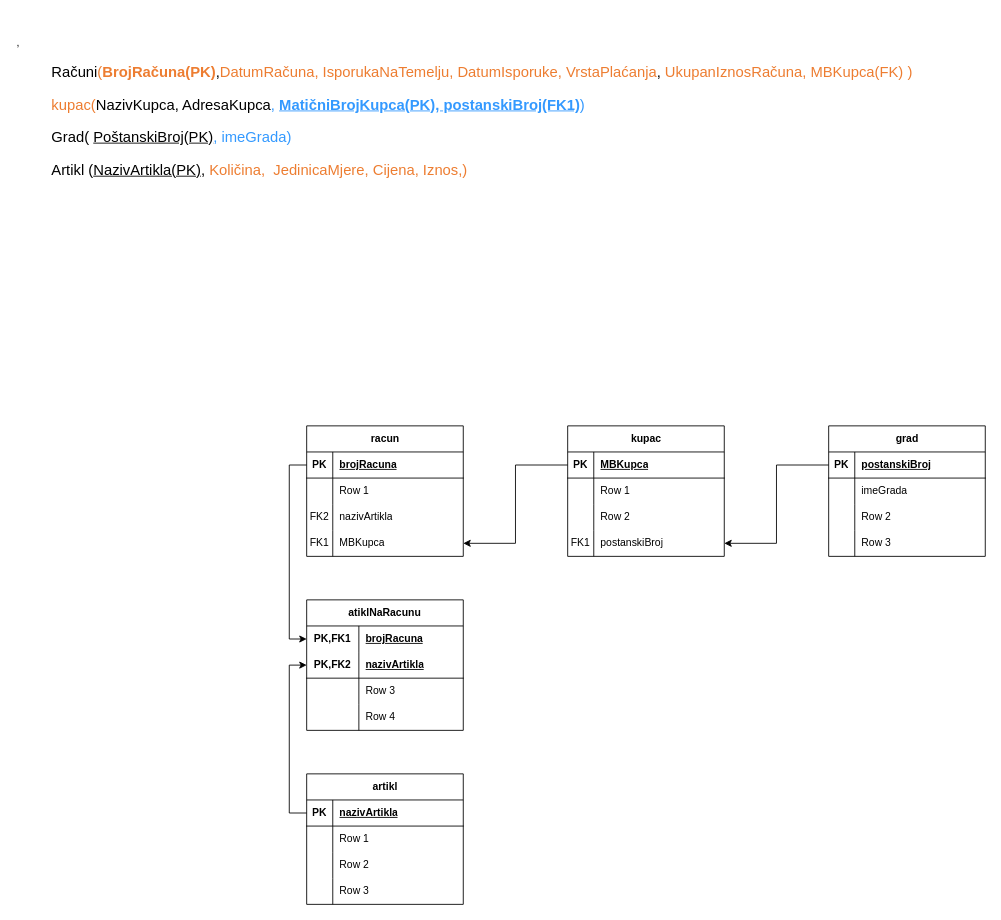
ivorp95/Telematika keeps this draw.io diagram as bp_v_20231025_Normaliyzacija.drawio. Above is the earlier version. Source tidied: cells renumbered, new cells numbered last; positions are measured from the earlier drawing's top-left corner, leaving out a move shared by most shapes. Both pictures are drawn from the tidied source at 87%, with x=0, y=0 at pixel (15, 32).
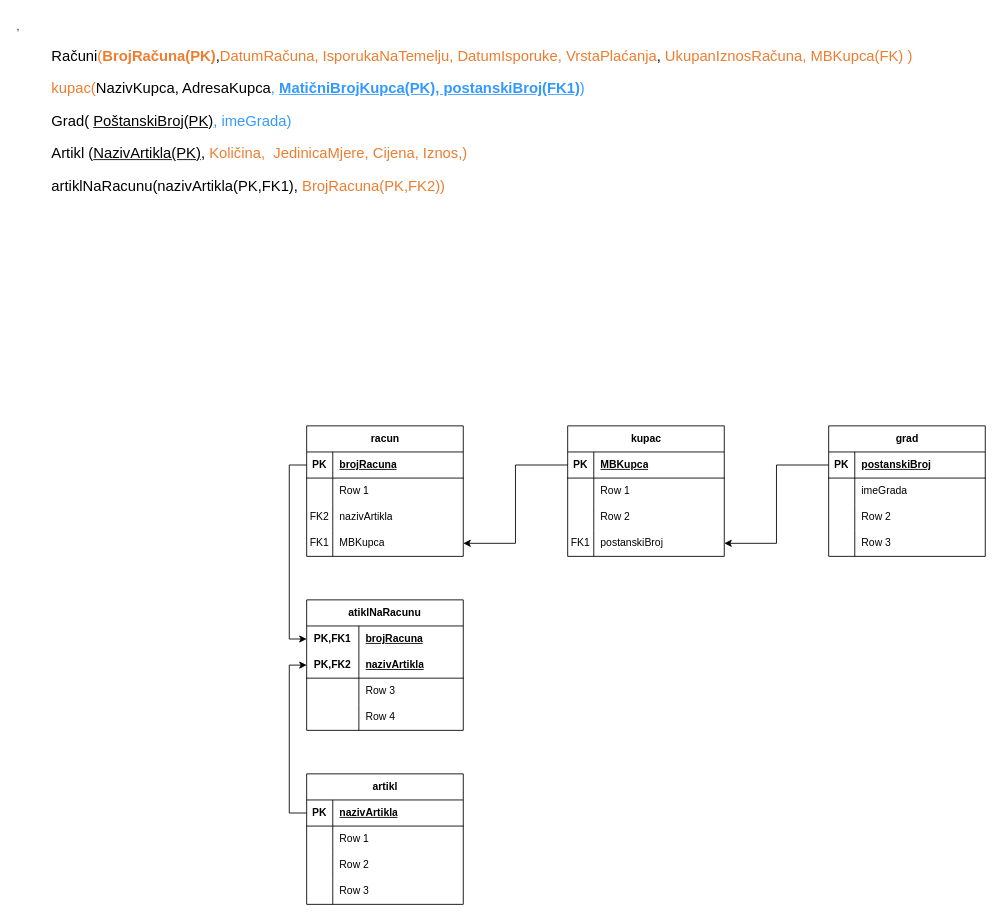
Above is the later version.

Diff of the diagram source:
```diff
@@
-    <mxCell id="2" value="&lt;div style=&quot;&quot; title=&quot;Page 106&quot; class=&quot;page&quot;&gt;,&lt;div style=&quot;background-color: rgb(255, 255, 255);&quot; class=&quot;section&quot;&gt;&lt;div class=&quot;layoutArea&quot;&gt;&lt;div class=&quot;column&quot;&gt;&lt;ul style=&quot;list-style-type: none;&quot;&gt;&lt;li style=&quot;font-size: 17px;&quot;&gt;&lt;p&gt;Računi&lt;span style=&quot;font-family: Calibri; color: rgb(237, 125, 49);&quot;&gt;(&lt;/span&gt;&lt;span style=&quot;font-family: Calibri; font-weight: 700; color: rgb(237, 125, 49);&quot;&gt;BrojRačuna(PK)&lt;/span&gt;,&lt;span style=&quot;border-color: var(--border-color); font-family: Calibri; color: rgb(237, 125, 49);&quot;&gt;DatumRačuna&lt;/span&gt;&lt;span style=&quot;border-color: var(--border-color); font-family: Calibri; color: rgb(237, 125, 49);&quot;&gt;, IsporukaNaTemelju,&amp;nbsp;&lt;/span&gt;&lt;span style=&quot;border-color: var(--border-color); font-family: Calibri; color: rgb(237, 125, 49);&quot;&gt;DatumIsporuke,&amp;nbsp;&lt;/span&gt;&lt;span style=&quot;border-color: var(--border-color); font-family: Calibri; color: rgb(237, 125, 49);&quot;&gt;VrstaPlaćanja&lt;/span&gt;,&amp;nbsp;&lt;span style=&quot;caret-color: rgb(237, 125, 49); color: rgb(237, 125, 49); font-family: Calibri;&quot;&gt;UkupanIznos&lt;/span&gt;&lt;span style=&quot;caret-color: rgb(237, 125, 49); color: rgb(237, 125, 49); font-family: Calibri;&quot;&gt;Računa, MBKupca(FK)&lt;/span&gt;&lt;span style=&quot;font-family: Calibri; color: rgb(237, 125, 49);&quot;&gt;&amp;nbsp;&lt;/span&gt;&lt;span style=&quot;font-family: Calibri; color: rgb(237, 125, 49);&quot;&gt;)&lt;/span&gt;&lt;/p&gt;&lt;p&gt;&lt;span style=&quot;caret-color: rgb(237, 125, 49); color: rgb(237, 125, 49); font-family: Calibri;&quot;&gt;kupac(&lt;/span&gt;NazivKupca, AdresaKupca&lt;span style=&quot;color: rgb(51, 153, 255); border-color: var(--border-color); font-family: Calibri;&quot;&gt;,&amp;nbsp;&lt;/span&gt;&lt;span style=&quot;color: rgb(51, 153, 255); border-color: var(--border-color); font-family: Calibri;&quot;&gt;&lt;u&gt;&lt;b&gt;MatičniBrojKupca(PK), postanskiBroj(FK1)&lt;/b&gt;&lt;/u&gt;)&lt;/span&gt;&lt;/p&gt;&lt;p style=&quot;border-color: var(--border-color);&quot;&gt;Grad( &lt;u&gt;PoštanskiBroj(PK)&lt;/u&gt;&lt;span style=&quot;border-color: var(--border-color); color: rgb(51, 153, 255); font-family: Calibri;&quot;&gt;, ime&lt;/span&gt;&lt;span style=&quot;font-family: Calibri; color: rgb(51, 153, 255);&quot;&gt;Grada)&lt;/span&gt;&lt;/p&gt;&lt;p style=&quot;border-color: var(--border-color);&quot;&gt;Artikl (&lt;u&gt;NazivArtikla(PK)&lt;/u&gt;,&amp;nbsp;&lt;span style=&quot;border-color: var(--border-color); font-family: Calibri; color: rgb(237, 125, 49);&quot;&gt;Količina&lt;/span&gt;&lt;span style=&quot;border-color: var(--border-color); font-family: Calibri; color: rgb(237, 125, 49);&quot;&gt;, &amp;nbsp;&lt;/span&gt;&lt;span style=&quot;color: rgb(237, 125, 49); font-family: Calibri;&quot;&gt;JedinicaMjere, Cijena, Iznos,)&lt;/span&gt;&lt;/p&gt;&lt;/li&gt;&lt;/ul&gt;&lt;/div&gt;&lt;/div&gt;&lt;/div&gt;&lt;/div&gt;" style="text;html=1;align=left;verticalAlign=middle;strokeColor=none;fillColor=none;" parent="1" vertex="1">
-      <mxGeometry width="980" height="190" as="geometry" />
+    <mxCell id="2" value="&lt;div style=&quot;&quot; title=&quot;Page 106&quot; class=&quot;page&quot;&gt;,&lt;div style=&quot;background-color: rgb(255, 255, 255);&quot; class=&quot;section&quot;&gt;&lt;div class=&quot;layoutArea&quot;&gt;&lt;div class=&quot;column&quot;&gt;&lt;ul style=&quot;list-style-type: none;&quot;&gt;&lt;li style=&quot;font-size: 17px;&quot;&gt;&lt;p&gt;Računi&lt;span style=&quot;font-family: Calibri; color: rgb(237, 125, 49);&quot;&gt;(&lt;/span&gt;&lt;span style=&quot;font-family: Calibri; font-weight: 700; color: rgb(237, 125, 49);&quot;&gt;BrojRačuna(PK)&lt;/span&gt;,&lt;span style=&quot;border-color: var(--border-color); font-family: Calibri; color: rgb(237, 125, 49);&quot;&gt;DatumRačuna&lt;/span&gt;&lt;span style=&quot;border-color: var(--border-color); font-family: Calibri; color: rgb(237, 125, 49);&quot;&gt;, IsporukaNaTemelju,&amp;nbsp;&lt;/span&gt;&lt;span style=&quot;border-color: var(--border-color); font-family: Calibri; color: rgb(237, 125, 49);&quot;&gt;DatumIsporuke,&amp;nbsp;&lt;/span&gt;&lt;span style=&quot;border-color: var(--border-color); font-family: Calibri; color: rgb(237, 125, 49);&quot;&gt;VrstaPlaćanja&lt;/span&gt;,&amp;nbsp;&lt;span style=&quot;caret-color: rgb(237, 125, 49); color: rgb(237, 125, 49); font-family: Calibri;&quot;&gt;UkupanIznos&lt;/span&gt;&lt;span style=&quot;caret-color: rgb(237, 125, 49); color: rgb(237, 125, 49); font-family: Calibri;&quot;&gt;Računa, MBKupca(FK)&lt;/span&gt;&lt;span style=&quot;font-family: Calibri; color: rgb(237, 125, 49);&quot;&gt;&amp;nbsp;&lt;/span&gt;&lt;span style=&quot;font-family: Calibri; color: rgb(237, 125, 49);&quot;&gt;)&lt;/span&gt;&lt;/p&gt;&lt;p&gt;&lt;span style=&quot;caret-color: rgb(237, 125, 49); color: rgb(237, 125, 49); font-family: Calibri;&quot;&gt;kupac(&lt;/span&gt;NazivKupca, AdresaKupca&lt;span style=&quot;color: rgb(51, 153, 255); border-color: var(--border-color); font-family: Calibri;&quot;&gt;,&amp;nbsp;&lt;/span&gt;&lt;span style=&quot;color: rgb(51, 153, 255); border-color: var(--border-color); font-family: Calibri;&quot;&gt;&lt;u&gt;&lt;b&gt;MatičniBrojKupca(PK), postanskiBroj(FK1)&lt;/b&gt;&lt;/u&gt;)&lt;/span&gt;&lt;/p&gt;&lt;p style=&quot;border-color: var(--border-color);&quot;&gt;Grad( &lt;u&gt;PoštanskiBroj(PK)&lt;/u&gt;&lt;span style=&quot;border-color: var(--border-color); color: rgb(51, 153, 255); font-family: Calibri;&quot;&gt;, ime&lt;/span&gt;&lt;span style=&quot;font-family: Calibri; color: rgb(51, 153, 255);&quot;&gt;Grada)&lt;/span&gt;&lt;/p&gt;&lt;p style=&quot;border-color: var(--border-color);&quot;&gt;Artikl (&lt;u&gt;NazivArtikla(PK)&lt;/u&gt;,&amp;nbsp;&lt;span style=&quot;border-color: var(--border-color); font-family: Calibri; color: rgb(237, 125, 49);&quot;&gt;Količina&lt;/span&gt;&lt;span style=&quot;border-color: var(--border-color); font-family: Calibri; color: rgb(237, 125, 49);&quot;&gt;, &amp;nbsp;&lt;/span&gt;&lt;span style=&quot;color: rgb(237, 125, 49); font-family: Calibri;&quot;&gt;JedinicaMjere, Cijena, Iznos,)&lt;/span&gt;&lt;/p&gt;&lt;p style=&quot;border-color: var(--border-color);&quot;&gt;artiklNaRacunu(nazivArtikla(PK,FK1),&amp;nbsp;&lt;span style=&quot;caret-color: rgb(237, 125, 49); color: rgb(237, 125, 49); font-family: Calibri;&quot;&gt;BrojRacuna&lt;/span&gt;&lt;span style=&quot;color: rgb(237, 125, 49); font-family: Calibri;&quot;&gt;(PK,FK2))&lt;/span&gt;&lt;/p&gt;&lt;/li&gt;&lt;/ul&gt;&lt;/div&gt;&lt;/div&gt;&lt;/div&gt;&lt;/div&gt;" style="text;html=1;align=left;verticalAlign=middle;strokeColor=none;fillColor=none;" parent="1" vertex="1">
+      <mxGeometry y="-20" width="980" height="230" as="geometry" />
     </mxCell>
```
